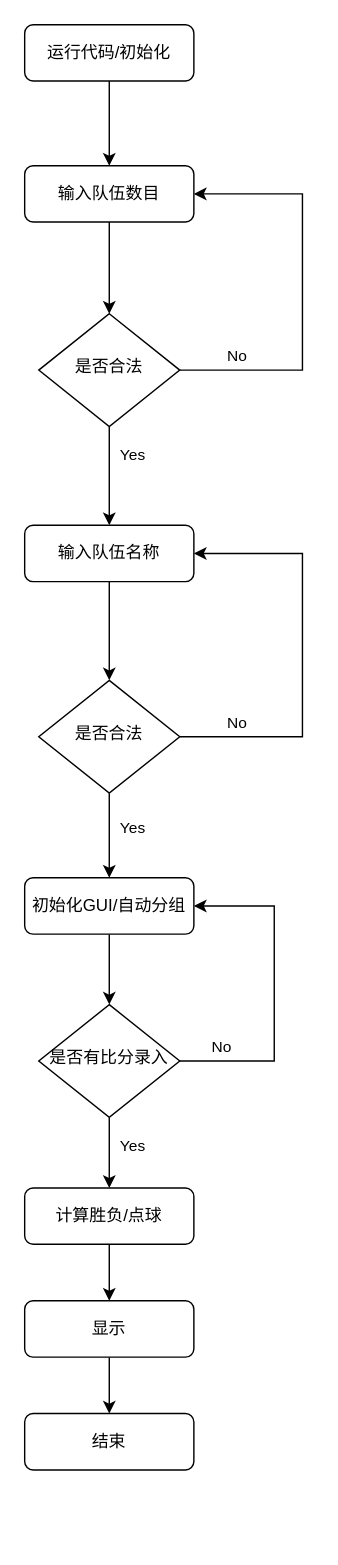
cainiaoup/ws_diagrams keeps this draw.io diagram as 足球流程图.drawio. Above is the earlier version. Source tidied: cells renumbered, new cells numbered last; positions are measured from the earlier drawing's top-left corner, leaving out a move shared by most shapes. Both pictures are drawn from the tidied source at 141%, with x=0, y=0 at pixel (24, 24).
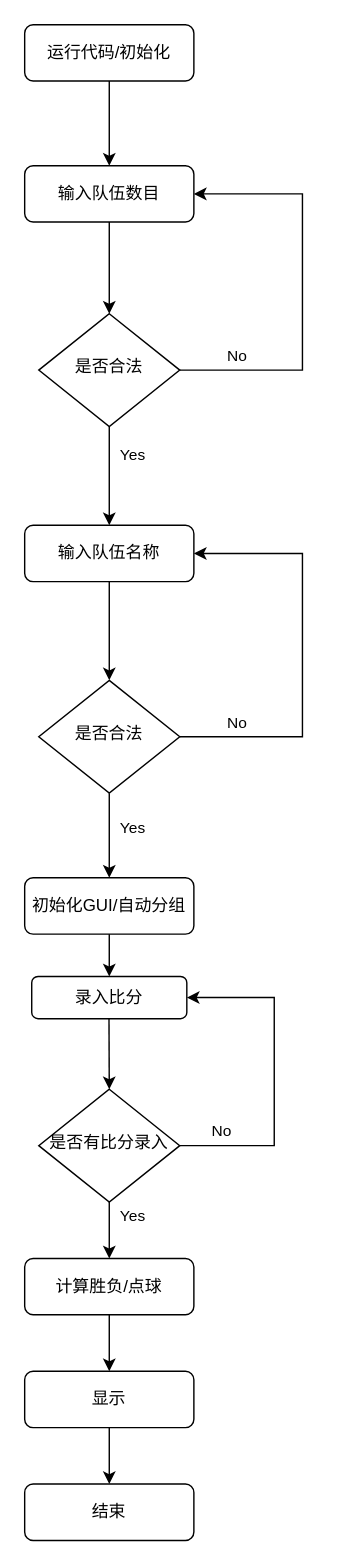
After the change.

Commit message:
更新足球流程图.drawio

The change refers to these unchanged cells:
```xml
<mxCell id="17" value="初始化GUI/自动分组" style="rounded=1;whiteSpace=wrap;html=1;fontSize=12;glass=0;strokeWidth=1;shadow=0;" parent="1" vertex="1">
  <mxGeometry y="605" width="120" height="40" as="geometry" />
</mxCell>
```

The edit, as a diff of the source:
```diff
@@
     <mxCell id="8" value="计算胜负/点球" style="rounded=1;whiteSpace=wrap;html=1;fontSize=12;glass=0;strokeWidth=1;shadow=0;" parent="1" vertex="1">
-      <mxGeometry y="825" width="120" height="40" as="geometry" />
+      <mxGeometry y="875" width="120" height="40" as="geometry" />
     </mxCell>
@@
-    <mxCell id="16" style="edgeStyle=orthogonalEdgeStyle;rounded=0;jettySize=auto;html=1;" parent="1" edge="1" source="17" target="20">
-      <mxGeometry relative="1" as="geometry" />
-    </mxCell>
@@
-    <mxCell id="18" style="edgeStyle=orthogonalEdgeStyle;rounded=0;jettySize=auto;html=1;entryX=1;entryY=0.5;entryDx=0;entryDy=0;" parent="1" edge="1" source="20" target="17">
+    <mxCell id="18" style="edgeStyle=orthogonalEdgeStyle;rounded=0;jettySize=auto;html=1;" parent="1" edge="1" source="20" target="30">
       <mxGeometry relative="1" as="geometry">
         <Array as="points">
-          <mxPoint x="177" y="735" />
-          <mxPoint x="177" y="625" />
+          <mxPoint x="177" y="795" />
+          <mxPoint x="177" y="690" />
         </Array>
       </mxGeometry>
     </mxCell>
@@
     <mxCell id="20" value="是否有比分录入" style="rhombus;whiteSpace=wrap;html=1;shadow=0;fontFamily=Helvetica;fontSize=12;align=center;strokeWidth=1;spacing=6;spacingTop=-4;" parent="1" vertex="1">
-      <mxGeometry x="10" y="695" width="100" height="80" as="geometry" />
+      <mxGeometry x="10" y="755" width="100" height="80" as="geometry" />
     </mxCell>
@@
     <mxCell id="22" value="显示" style="rounded=1;whiteSpace=wrap;html=1;fontSize=12;glass=0;strokeWidth=1;shadow=0;" parent="1" vertex="1">
-      <mxGeometry y="905" width="120" height="40" as="geometry" />
+      <mxGeometry y="955" width="120" height="40" as="geometry" />
     </mxCell>
@@
     <mxCell id="27" value="&lt;span style=&quot;font-size: 11px ; background-color: rgb(255 , 255 , 255)&quot;&gt;Yes&lt;/span&gt;" style="text;html=1;strokeColor=none;fillColor=none;align=center;verticalAlign=middle;whiteSpace=wrap;rounded=0;" parent="1" vertex="1">
-      <mxGeometry x="57" y="785" width="40" height="20" as="geometry" />
+      <mxGeometry x="57" y="835" width="40" height="20" as="geometry" />
     </mxCell>
     <mxCell id="28" value="结束" style="rounded=1;whiteSpace=wrap;html=1;fontSize=12;glass=0;strokeWidth=1;shadow=0;" parent="1" vertex="1">
-      <mxGeometry y="985" width="120" height="40" as="geometry" />
+      <mxGeometry y="1035" width="120" height="40" as="geometry" />
     </mxCell>
     <mxCell id="29" value="&lt;span style=&quot;font-size: 11px ; background-color: rgb(255 , 255 , 255)&quot;&gt;No&lt;/span&gt;" style="text;html=1;strokeColor=none;fillColor=none;align=center;verticalAlign=middle;whiteSpace=wrap;rounded=0;" parent="1" vertex="1">
-      <mxGeometry x="120" y="715" width="40" height="20" as="geometry" />
+      <mxGeometry x="120" y="775" width="40" height="20" as="geometry" />
     </mxCell>
+    <mxCell id="30" value="录入比分" style="rounded=1;whiteSpace=wrap;html=1;" parent="1" vertex="1">
+      <mxGeometry x="5" y="675" width="110" height="30" as="geometry" />
+    </mxCell>
+    <mxCell id="31" style="endArrow=classic;html=1;exitX=0.5;exitY=1;exitDx=0;exitDy=0;entryX=0.5;entryY=0;entryDx=0;entryDy=0;" parent="1" edge="1" source="17" target="30">
+      <mxGeometry relative="1" as="geometry" />
+    </mxCell>
+    <mxCell id="32" style="endArrow=classic;html=1;exitX=0.5;exitY=1;exitDx=0;exitDy=0;entryX=0.5;entryY=0;entryDx=0;entryDy=0;" parent="1" edge="1" target="20">
+      <mxGeometry relative="1" as="geometry">
+        <mxPoint x="59.8" y="705" as="sourcePoint" />
+      </mxGeometry>
+    </mxCell>
```
